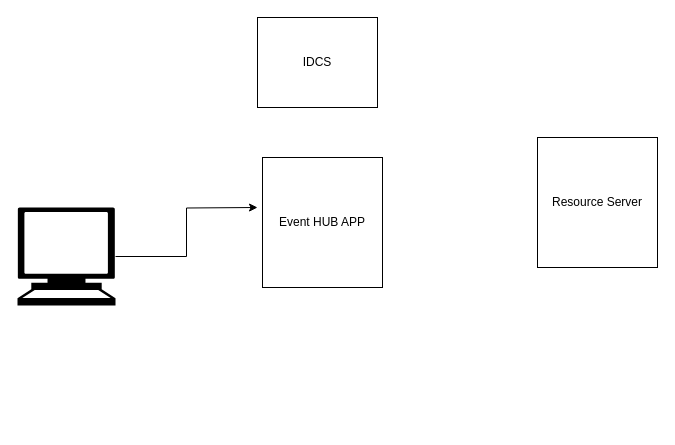
Before: Oauth.drawio in anantwag19/Workspace, a draw.io diagram. Source tidied: cells renumbered, new cells numbered last; positions are measured from the earlier drawing's top-left corner, leaving out a move shared by most shapes. Both pictures are drawn from the tidied source at 100%, with x=0, y=0 at pixel (17, 17).
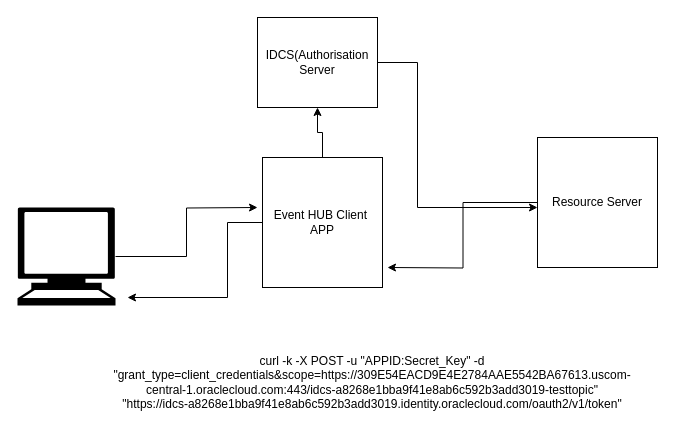
After the change.

Change to the diagram source:
```diff
@@
 <mxGraphModel>
   <root>
     <mxCell id="0" />
     <mxCell id="1" parent="0" />
     <mxCell id="2" style="edgeStyle=orthogonalEdgeStyle;rounded=0;jettySize=auto;html=1;" parent="1" edge="1" source="3">
       <mxGeometry relative="1" as="geometry">
         <mxPoint x="240" y="190" as="targetPoint" />
       </mxGeometry>
     </mxCell>
     <mxCell id="3" style="shape=mxgraph.signs.tech.computer;html=1;fillColor=#000000;strokeColor=none;verticalLabelPosition=bottom;verticalAlign=top;align=center;" parent="1" vertex="1">
       <mxGeometry y="190" width="98" height="98" as="geometry" />
     </mxCell>
+    <mxCell id="7" style="edgeStyle=orthogonalEdgeStyle;rounded=0;jettySize=auto;html=1;" parent="1" edge="1" source="4" target="6">
+      <mxGeometry relative="1" as="geometry" />
+    </mxCell>
+    <mxCell id="8" style="edgeStyle=orthogonalEdgeStyle;rounded=0;jettySize=auto;html=1;" parent="1" edge="1" source="4">
+      <mxGeometry relative="1" as="geometry">
+        <mxPoint x="110" y="280" as="targetPoint" />
+        <Array as="points">
+          <mxPoint x="210" y="205" />
+          <mxPoint x="210" y="280" />
+        </Array>
+      </mxGeometry>
+    </mxCell>
-    <mxCell id="4" value="Event HUB APP " style="rounded=0;whiteSpace=wrap;html=1;" parent="1" vertex="1">
+    <mxCell id="4" value="Event HUB Client&amp;nbsp; APP " style="rounded=0;whiteSpace=wrap;html=1;" parent="1" vertex="1">
       <mxGeometry x="245" y="140" width="120" height="130" as="geometry" />
     </mxCell>
+    <mxCell id="9" style="edgeStyle=orthogonalEdgeStyle;rounded=0;jettySize=auto;html=1;" parent="1" edge="1" source="5">
+      <mxGeometry relative="1" as="geometry">
+        <mxPoint x="370" y="250" as="targetPoint" />
+      </mxGeometry>
+    </mxCell>
     <mxCell id="5" value="Resource Server " style="rounded=0;whiteSpace=wrap;html=1;" parent="1" vertex="1">
       <mxGeometry x="520" y="120" width="120" height="130" as="geometry" />
     </mxCell>
+    <mxCell id="10" style="edgeStyle=orthogonalEdgeStyle;rounded=0;jettySize=auto;html=1;" parent="1" edge="1" source="6" target="5">
+      <mxGeometry relative="1" as="geometry">
+        <Array as="points">
+          <mxPoint x="400" y="45" />
+          <mxPoint x="400" y="190" />
+        </Array>
+      </mxGeometry>
+    </mxCell>
-    <mxCell id="6" value="IDCS " style="rounded=0;whiteSpace=wrap;html=1;" parent="1" vertex="1">
+    <mxCell id="6" value="IDCS(Authorisation Server " style="rounded=0;whiteSpace=wrap;html=1;" parent="1" vertex="1">
       <mxGeometry x="240" width="120" height="90" as="geometry" />
     </mxCell>
+    <mxCell id="11" value="curl -k -X POST -u &quot;APPID:Secret_Key&quot; -d &quot;grant_type=client_credentials&amp;amp;scope=https://309E54EACD9E4E2784AAE5542BA67613.uscom-central-1.oraclecloud.com:443/idcs-a8268e1bba9f41e8ab6c592b3add3019-testtopic&quot; &quot;https://idcs-a8268e1bba9f41e8ab6c592b3add3019.identity.oraclecloud.com/oauth2/v1/token&quot; " style="text;html=1;strokeColor=none;fillColor=none;align=center;verticalAlign=middle;whiteSpace=wrap;rounded=0;" parent="1" vertex="1">
+      <mxGeometry x="120" y="320" width="470" height="90" as="geometry" />
+    </mxCell>
   </root>
 </mxGraphModel>
```
